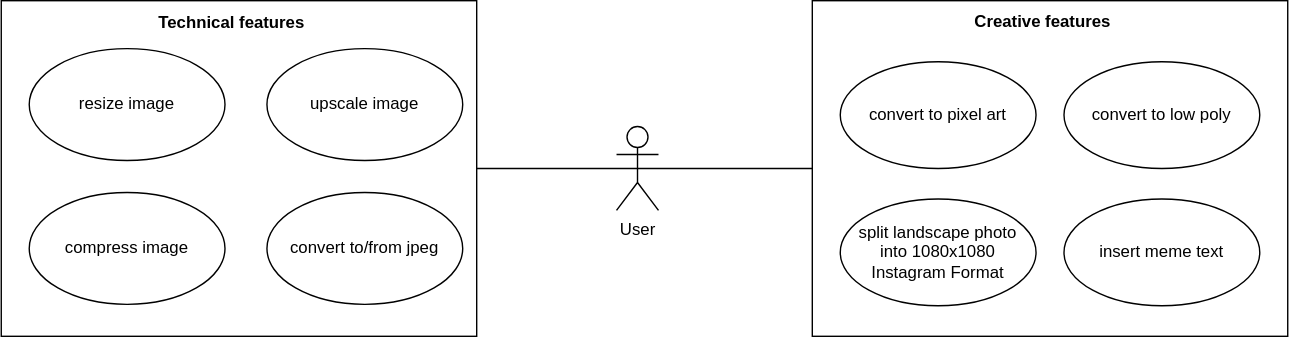
The draw.io diagram ucd/ucd.drawio.svg in se-pixs/docs, before a commit. Source tidied: cells renumbered, new cells last; positions are measured from the earlier drawing's top-left corner, leaving out a move shared by most shapes.
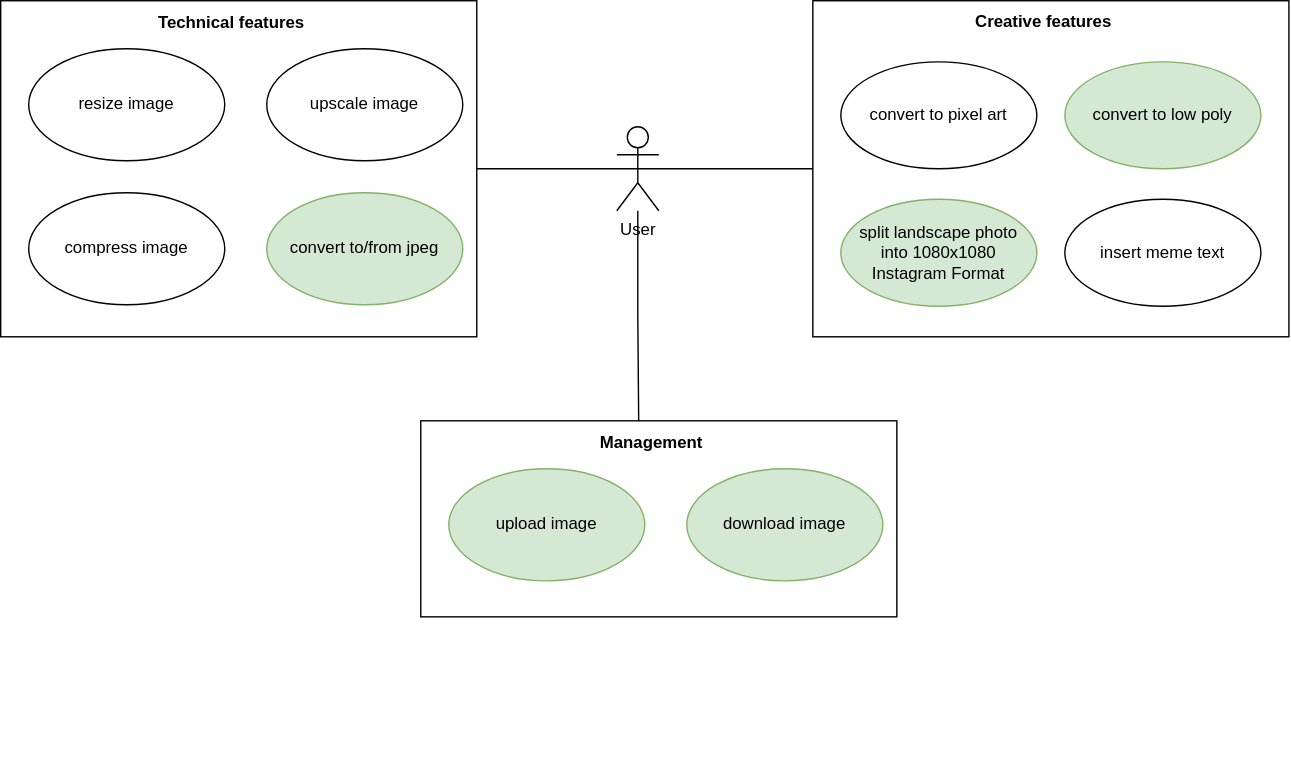
After the commit.

The edit, as a diff of the source:
```diff
@@ -14,7 +14,7 @@
     <mxCell id="5" style="html=1;" parent="4" vertex="1">
       <mxGeometry width="340" height="240" as="geometry" />
     </mxCell>
-    <mxCell id="6" value="split landscape photo&lt;br&gt;into 1080x1080 Instagram Format" style="ellipse;whiteSpace=wrap;html=1;" parent="4" vertex="1">
+    <mxCell id="6" value="split landscape photo&lt;br&gt;into 1080x1080 Instagram Format" style="ellipse;whiteSpace=wrap;html=1;fillColor=#d5e8d4;strokeColor=#82b366;" parent="4" vertex="1">
       <mxGeometry x="20" y="141.8" width="140" height="76.4" as="geometry" />
     </mxCell>
     <mxCell id="7" value="insert meme text" style="ellipse;whiteSpace=wrap;html=1;" parent="4" vertex="1">
@@ -23,7 +23,7 @@
     <mxCell id="8" value="convert to pixel art" style="ellipse;whiteSpace=wrap;html=1;" parent="4" vertex="1">
       <mxGeometry x="20" y="43.6" width="140" height="76.4" as="geometry" />
     </mxCell>
-    <mxCell id="9" value="convert to low poly" style="ellipse;whiteSpace=wrap;html=1;" parent="4" vertex="1">
+    <mxCell id="9" value="convert to low poly" style="ellipse;whiteSpace=wrap;html=1;fillColor=#d5e8d4;strokeColor=#82b366;" parent="4" vertex="1">
       <mxGeometry x="180" y="43.6" width="140" height="76.4" as="geometry" />
     </mxCell>
     <mxCell id="10" value="Creative features" style="text;align=center;fontStyle=1;verticalAlign=middle;spacingLeft=3;spacingRight=3;strokeColor=none;" parent="4" vertex="1">
@@ -41,7 +41,7 @@
     <mxCell id="14" value="compress image" style="ellipse;whiteSpace=wrap;html=1;" parent="11" vertex="1">
       <mxGeometry x="20" y="137.1" width="140" height="80" as="geometry" />
     </mxCell>
-    <mxCell id="15" value="convert to/from jpeg" style="ellipse;whiteSpace=wrap;html=1;" parent="11" vertex="1">
+    <mxCell id="15" value="convert to/from jpeg" style="ellipse;whiteSpace=wrap;html=1;fillColor=#d5e8d4;strokeColor=#82b366;" parent="11" vertex="1">
       <mxGeometry x="190" y="137.1" width="140" height="80" as="geometry" />
     </mxCell>
     <mxCell id="16" value="upscale image" style="ellipse;whiteSpace=wrap;html=1;" parent="11" vertex="1">
@@ -66,5 +66,26 @@
         </Array>
       </mxGeometry>
     </mxCell>
+    <mxCell id="21" style="group;" parent="1" vertex="1">
+      <mxGeometry x="300" y="300" width="340" height="240" as="geometry" />
+    </mxCell>
+    <mxCell id="22" style="group;" parent="21" vertex="1">
+      <mxGeometry width="340" height="140" as="geometry" />
+    </mxCell>
+    <mxCell id="23" style="html=1;" parent="22" vertex="1">
+      <mxGeometry width="340" height="140" as="geometry" />
+    </mxCell>
+    <mxCell id="24" value="upload image" style="ellipse;whiteSpace=wrap;html=1;fillColor=#d5e8d4;strokeColor=#82b366;" parent="22" vertex="1">
+      <mxGeometry x="20" y="34.3" width="140" height="80" as="geometry" />
+    </mxCell>
+    <mxCell id="25" value="download image" style="ellipse;whiteSpace=wrap;html=1;fillColor=#d5e8d4;strokeColor=#82b366;" parent="22" vertex="1">
+      <mxGeometry x="190" y="34.3" width="140" height="80" as="geometry" />
+    </mxCell>
+    <mxCell id="26" value="Management" style="text;align=center;fontStyle=1;verticalAlign=middle;spacingLeft=3;spacingRight=3;strokeColor=none;points=[[0,0.5],[1,0.5]];portConstraint=eastwest;" parent="22" vertex="1">
+      <mxGeometry x="125" width="80" height="29.7" as="geometry" />
+    </mxCell>
+    <mxCell id="27" style="endArrow=none;html=1;edgeStyle=orthogonalEdgeStyle;rounded=0;entryX=0.383;entryY=0.011;entryDx=0;entryDy=0;entryPerimeter=0;" parent="1" edge="1" source="3" target="26">
+      <mxGeometry relative="1" as="geometry" />
+    </mxCell>
   </root>
 </mxGraphModel>
```
